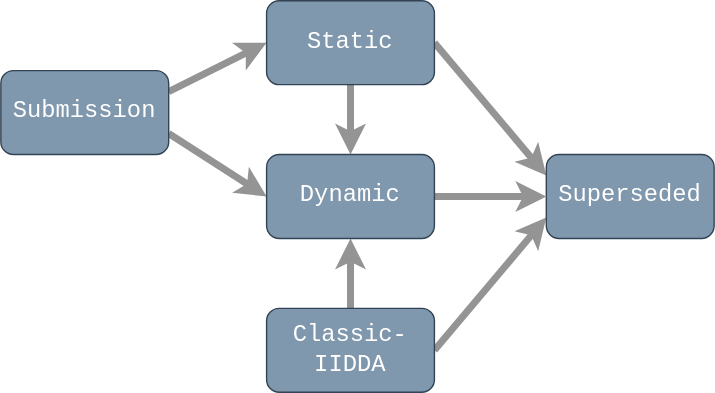
This is lifecycle.svg from canmod/iidda, a draw.io export, as it was before one commit. Source tidied: cells renumbered, new cells last; positions are measured from the earlier drawing's top-left corner, leaving out a move shared by most shapes.
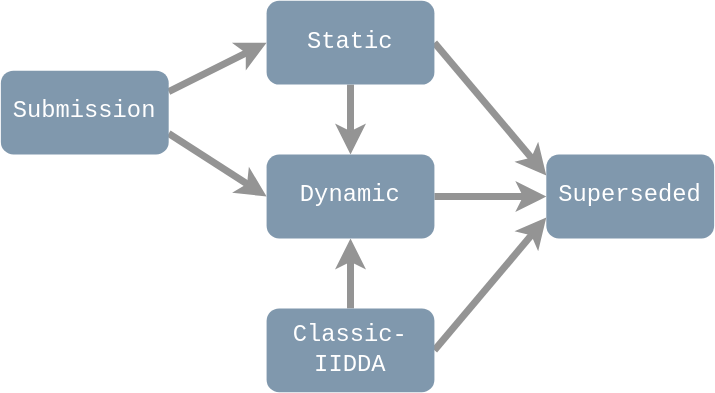
The same diagram one commit later.

Commit message:
lifecycle diagram format

The edit, as a diff of the source:
```diff
@@ -8,7 +8,7 @@
     <mxCell id="3" style="edgeStyle=none;rounded=0;jettySize=50;html=1;exitX=1;exitY=0.25;exitDx=0;exitDy=0;entryX=0;entryY=0.5;entryDx=0;entryDy=0;strokeColor=#949494;strokeWidth=5;" parent="1" edge="1" source="4" target="10">
       <mxGeometry relative="1" as="geometry" />
     </mxCell>
-    <mxCell id="4" value="Submission" style="rounded=1;whiteSpace=wrap;html=1;fontColor=#ffffff;fontSize=17;strokeColor=#314354;fillColor=#8098AD;fontFamily=Courier New;" parent="1" vertex="1">
+    <mxCell id="4" value="Submission" style="rounded=1;whiteSpace=wrap;html=1;fontColor=#ffffff;fontSize=17;fillColor=#8098AD;fontFamily=Courier New;strokeColor=none;" parent="1" vertex="1">
       <mxGeometry y="50" width="120" height="60" as="geometry" />
     </mxCell>
     <mxCell id="5" style="edgeStyle=none;rounded=0;jettySize=50;html=1;exitX=0.5;exitY=0;exitDx=0;exitDy=0;entryX=0.5;entryY=1;entryDx=0;entryDy=0;strokeColor=#949494;strokeWidth=5;" parent="1" edge="1" source="7" target="13">
@@ -17,7 +17,7 @@
     <mxCell id="6" style="edgeStyle=none;rounded=0;jettySize=50;html=1;exitX=1;exitY=0.5;exitDx=0;exitDy=0;entryX=0;entryY=0.75;entryDx=0;entryDy=0;strokeColor=#949494;strokeWidth=5;" parent="1" edge="1" source="7" target="11">
       <mxGeometry relative="1" as="geometry" />
     </mxCell>
-    <mxCell id="7" value="Classic-IIDDA" style="rounded=1;whiteSpace=wrap;html=1;fontColor=#ffffff;fontSize=17;strokeColor=#314354;fillColor=#8098AD;fontFamily=Courier New;" parent="1" vertex="1">
+    <mxCell id="7" value="Classic-IIDDA" style="rounded=1;whiteSpace=wrap;html=1;fontColor=#ffffff;fontSize=17;fillColor=#8098AD;fontFamily=Courier New;strokeColor=none;" parent="1" vertex="1">
       <mxGeometry x="190" y="220" width="120" height="60" as="geometry" />
     </mxCell>
     <mxCell id="8" style="edgeStyle=none;rounded=0;jettySize=50;html=1;exitX=1;exitY=0.5;exitDx=0;exitDy=0;entryX=0;entryY=0.25;entryDx=0;entryDy=0;strokeColor=#949494;strokeWidth=5;" parent="1" edge="1" source="10" target="11">
@@ -26,16 +26,16 @@
     <mxCell id="9" style="edgeStyle=none;rounded=0;jettySize=50;html=1;exitX=0.5;exitY=1;exitDx=0;exitDy=0;entryX=0.5;entryY=0;entryDx=0;entryDy=0;strokeColor=#949494;strokeWidth=5;" parent="1" edge="1" source="10" target="13">
       <mxGeometry relative="1" as="geometry" />
     </mxCell>
-    <mxCell id="10" value="Static" style="rounded=1;whiteSpace=wrap;html=1;fontColor=#ffffff;fontSize=17;strokeColor=#314354;fillColor=#8098AD;fontFamily=Courier New;" parent="1" vertex="1">
+    <mxCell id="10" value="Static" style="rounded=1;whiteSpace=wrap;html=1;fontColor=#ffffff;fontSize=17;fillColor=#8098AD;fontFamily=Courier New;strokeColor=none;" parent="1" vertex="1">
       <mxGeometry x="190" width="120" height="60" as="geometry" />
     </mxCell>
-    <mxCell id="11" value="Superseded" style="rounded=1;whiteSpace=wrap;html=1;fontColor=#ffffff;fontSize=17;strokeColor=#314354;fillColor=#8098AD;fontFamily=Courier New;" parent="1" vertex="1">
+    <mxCell id="11" value="Superseded" style="rounded=1;whiteSpace=wrap;html=1;fontColor=#ffffff;fontSize=17;fillColor=#8098AD;fontFamily=Courier New;strokeColor=none;" parent="1" vertex="1">
       <mxGeometry x="390" y="110" width="120" height="60" as="geometry" />
     </mxCell>
     <mxCell id="12" style="edgeStyle=none;rounded=0;jettySize=50;html=1;exitX=1;exitY=0.5;exitDx=0;exitDy=0;entryX=0;entryY=0.5;entryDx=0;entryDy=0;strokeColor=#949494;strokeWidth=5;" parent="1" edge="1" source="13" target="11">
       <mxGeometry relative="1" as="geometry" />
     </mxCell>
-    <mxCell id="13" value="Dynamic" style="rounded=1;whiteSpace=wrap;html=1;fontColor=#ffffff;fontSize=17;strokeColor=#314354;fillColor=#8098AD;fontFamily=Courier New;" parent="1" vertex="1">
+    <mxCell id="13" value="Dynamic" style="rounded=1;whiteSpace=wrap;html=1;fontColor=#ffffff;fontSize=17;fillColor=#8098AD;fontFamily=Courier New;strokeColor=none;" parent="1" vertex="1">
       <mxGeometry x="190" y="110" width="120" height="60" as="geometry" />
     </mxCell>
   </root>
```
